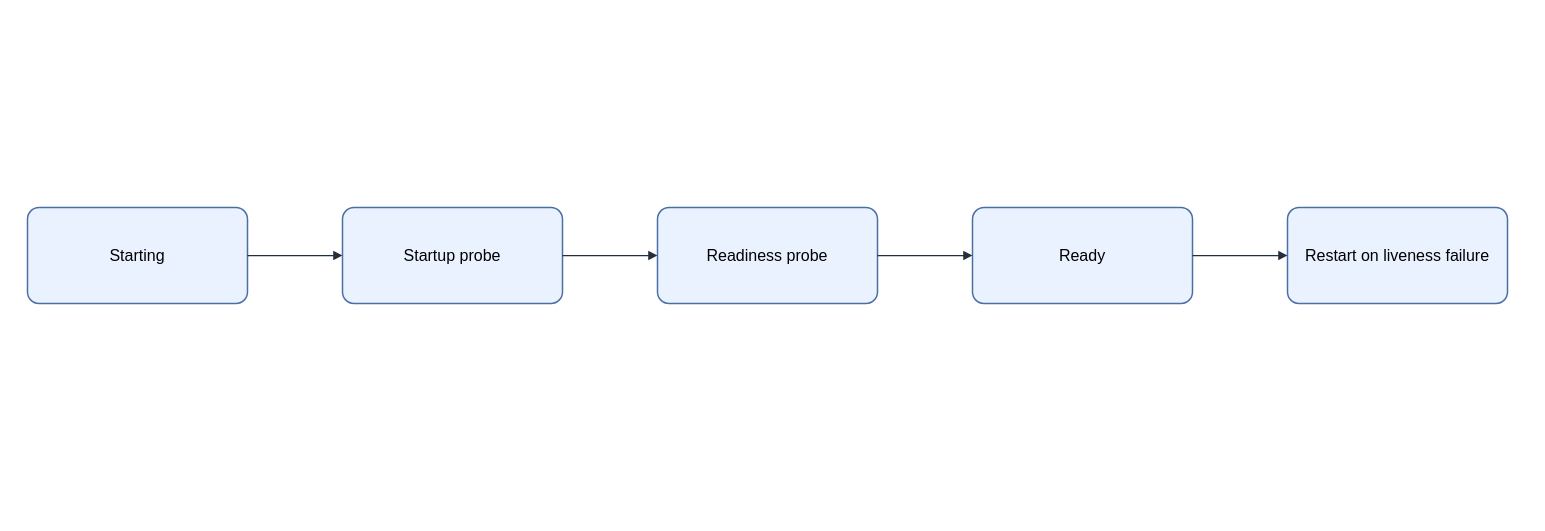
Earlier version of the draw.io diagram assets/img/kubernetes/probe-state-flow.drawio (KKamJi98/kkamji98.github.io). Source tidied: cells renumbered, new cells numbered last; positions are measured from the earlier drawing's top-left corner, leaving out a move shared by most shapes. Both pictures are drawn from the tidied source at 100%, with x=0, y=0 at pixel (27, 207).
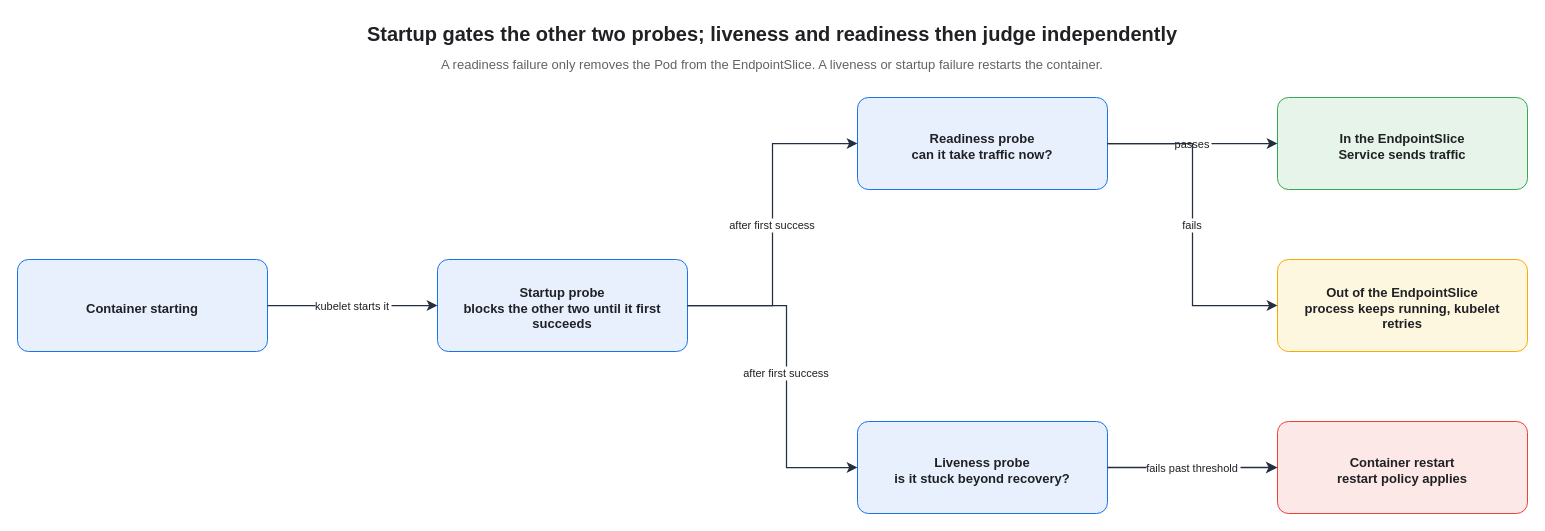
After the change.

The edit, as a diff of the source:
```diff
@@
-    <mxCell id="2" value="Starting" style="rounded=1;arcSize=12;whiteSpace=wrap;html=0;fillColor=#EAF2FF;strokeColor=#4A6FA5;strokeWidth=1.5;fontColor=#000000;fontSize=16;align=center;verticalAlign=middle;spacing=8;shadow=0;" parent="1" vertex="1">
-      <mxGeometry width="220" height="96" as="geometry" />
-    </mxCell>
-    <mxCell id="3" value="Startup probe" style="rounded=1;arcSize=12;whiteSpace=wrap;html=0;fillColor=#EAF2FF;strokeColor=#4A6FA5;strokeWidth=1.5;fontColor=#000000;fontSize=16;align=center;verticalAlign=middle;spacing=8;shadow=0;" parent="1" vertex="1">
-      <mxGeometry x="315" width="220" height="96" as="geometry" />
-    </mxCell>
-    <mxCell id="4" value="Readiness probe" style="rounded=1;arcSize=12;whiteSpace=wrap;html=0;fillColor=#EAF2FF;strokeColor=#4A6FA5;strokeWidth=1.5;fontColor=#000000;fontSize=16;align=center;verticalAlign=middle;spacing=8;shadow=0;" parent="1" vertex="1">
-      <mxGeometry x="630" width="220" height="96" as="geometry" />
-    </mxCell>
-    <mxCell id="5" value="Ready" style="rounded=1;arcSize=12;whiteSpace=wrap;html=0;fillColor=#EAF2FF;strokeColor=#4A6FA5;strokeWidth=1.5;fontColor=#000000;fontSize=16;align=center;verticalAlign=middle;spacing=8;shadow=0;" parent="1" vertex="1">
-      <mxGeometry x="945" width="220" height="96" as="geometry" />
-    </mxCell>
-    <mxCell id="6" value="Restart on liveness failure" style="rounded=1;arcSize=12;whiteSpace=wrap;html=0;fillColor=#EAF2FF;strokeColor=#4A6FA5;strokeWidth=1.5;fontColor=#000000;fontSize=16;align=center;verticalAlign=middle;spacing=8;shadow=0;" parent="1" vertex="1">
-      <mxGeometry x="1260" width="220" height="96" as="geometry" />
-    </mxCell>
-    <mxCell id="7" style="edgeStyle=orthogonalEdgeStyle;rounded=0;jettySize=auto;html=0;endArrow=block;endFill=1;strokeColor=#232F3E;strokeWidth=1.25;fontColor=#000000;labelBackgroundColor=none;exitX=1;exitY=0.5;exitDx=0;exitDy=0;entryX=0;entryY=0.5;entryDx=0;entryDy=0;" parent="1" edge="1" source="2" target="3">
-      <mxGeometry relative="1" as="geometry" />
-    </mxCell>
-    <mxCell id="8" style="edgeStyle=orthogonalEdgeStyle;rounded=0;jettySize=auto;html=0;endArrow=block;endFill=1;strokeColor=#232F3E;strokeWidth=1.25;fontColor=#000000;labelBackgroundColor=none;exitX=1;exitY=0.5;exitDx=0;exitDy=0;entryX=0;entryY=0.5;entryDx=0;entryDy=0;" parent="1" edge="1" source="3" target="4">
-      <mxGeometry relative="1" as="geometry" />
-    </mxCell>
-    <mxCell id="9" style="edgeStyle=orthogonalEdgeStyle;rounded=0;jettySize=auto;html=0;endArrow=block;endFill=1;strokeColor=#232F3E;strokeWidth=1.25;fontColor=#000000;labelBackgroundColor=none;exitX=1;exitY=0.5;exitDx=0;exitDy=0;entryX=0;entryY=0.5;entryDx=0;entryDy=0;" parent="1" edge="1" source="4" target="5">
-      <mxGeometry relative="1" as="geometry" />
-    </mxCell>
-    <mxCell id="10" style="edgeStyle=orthogonalEdgeStyle;rounded=0;jettySize=auto;html=0;endArrow=block;endFill=1;strokeColor=#232F3E;strokeWidth=1.25;fontColor=#000000;labelBackgroundColor=none;exitX=1;exitY=0.5;exitDx=0;exitDy=0;entryX=0;entryY=0.5;entryDx=0;entryDy=0;" parent="1" edge="1" source="5" target="6">
-      <mxGeometry relative="1" as="geometry" />
-    </mxCell>
+    <mxCell id="11" value="Startup gates the other two probes; liveness and readiness then judge independently" style="text;html=0;strokeColor=none;fillColor=none;align=center;verticalAlign=middle;fontColor=#202124;fontSize=20;fontStyle=1;" parent="1" vertex="1">
+      <mxGeometry x="-10" y="-190" width="1510" height="30" as="geometry" />
+    </mxCell>
+    <mxCell id="12" value="A readiness failure only removes the Pod from the EndpointSlice. A liveness or startup failure restarts the container." style="text;html=0;strokeColor=none;fillColor=none;align=center;verticalAlign=middle;fontColor=#5F6368;fontSize=13;" parent="1" vertex="1">
+      <mxGeometry x="-10" y="-156" width="1510" height="24" as="geometry" />
+    </mxCell>
+    <mxCell id="13" value="Container starting" style="rounded=1;whiteSpace=wrap;html=0;arcSize=12;fillColor=#E8F0FE;strokeColor=#1A73E8;fontColor=#202124;fontSize=13;fontStyle=1;align=center;verticalAlign=middle;spacingTop=6;spacingLeft=6;spacingRight=6;" parent="1" vertex="1">
+      <mxGeometry x="-10" y="52" width="250" height="92" as="geometry" />
+    </mxCell>
+    <mxCell id="14" value="Startup probe&#10;blocks the other two until it first succeeds" style="rounded=1;whiteSpace=wrap;html=0;arcSize=12;fillColor=#E8F0FE;strokeColor=#1A73E8;fontColor=#202124;fontSize=13;fontStyle=1;align=center;verticalAlign=middle;spacingTop=6;spacingLeft=6;spacingRight=6;" parent="1" vertex="1">
+      <mxGeometry x="410" y="52" width="250" height="92" as="geometry" />
+    </mxCell>
+    <mxCell id="15" value="Readiness probe&#10;can it take traffic now?" style="rounded=1;whiteSpace=wrap;html=0;arcSize=12;fillColor=#E8F0FE;strokeColor=#1A73E8;fontColor=#202124;fontSize=13;fontStyle=1;align=center;verticalAlign=middle;spacingTop=6;spacingLeft=6;spacingRight=6;" parent="1" vertex="1">
+      <mxGeometry x="830" y="-110" width="250" height="92" as="geometry" />
+    </mxCell>
+    <mxCell id="16" value="Liveness probe&#10;is it stuck beyond recovery?" style="rounded=1;whiteSpace=wrap;html=0;arcSize=12;fillColor=#E8F0FE;strokeColor=#1A73E8;fontColor=#202124;fontSize=13;fontStyle=1;align=center;verticalAlign=middle;spacingTop=6;spacingLeft=6;spacingRight=6;" parent="1" vertex="1">
+      <mxGeometry x="830" y="214" width="250" height="92" as="geometry" />
+    </mxCell>
+    <mxCell id="17" value="In the EndpointSlice&#10;Service sends traffic" style="rounded=1;whiteSpace=wrap;html=0;arcSize=12;fillColor=#E6F4EA;strokeColor=#34A853;fontColor=#202124;fontSize=13;fontStyle=1;align=center;verticalAlign=middle;spacingTop=6;spacingLeft=6;spacingRight=6;" parent="1" vertex="1">
+      <mxGeometry x="1250" y="-110" width="250" height="92" as="geometry" />
+    </mxCell>
+    <mxCell id="18" value="Out of the EndpointSlice&#10;process keeps running, kubelet retries" style="rounded=1;whiteSpace=wrap;html=0;arcSize=12;fillColor=#FEF7E0;strokeColor=#F9AB00;fontColor=#202124;fontSize=13;fontStyle=1;align=center;verticalAlign=middle;spacingTop=6;spacingLeft=6;spacingRight=6;" parent="1" vertex="1">
+      <mxGeometry x="1250" y="52" width="250" height="92" as="geometry" />
+    </mxCell>
+    <mxCell id="19" value="Container restart&#10;restart policy applies" style="rounded=1;whiteSpace=wrap;html=0;arcSize=12;fillColor=#FCE8E6;strokeColor=#EA4335;fontColor=#202124;fontSize=13;fontStyle=1;align=center;verticalAlign=middle;spacingTop=6;spacingLeft=6;spacingRight=6;" parent="1" vertex="1">
+      <mxGeometry x="1250" y="214" width="250" height="92" as="geometry" />
+    </mxCell>
+    <mxCell id="20" value="kubelet starts it" style="edgeStyle=orthogonalEdgeStyle;rounded=0;html=0;strokeColor=#232F3E;strokeWidth=1.25;endArrow=classic;endFill=1;endSize=7;fontSize=11;fontColor=#202124;labelBackgroundColor=#FFFFFF;exitX=1;exitY=0.5;entryX=0;entryY=0.5;exitDx=0;exitDy=0;entryDx=0;entryDy=0;" parent="1" edge="1" source="13" target="14">
+      <mxGeometry relative="1" as="geometry" />
+    </mxCell>
+    <mxCell id="21" value="after first success" style="edgeStyle=orthogonalEdgeStyle;rounded=0;html=0;strokeColor=#232F3E;strokeWidth=1.25;endArrow=classic;endFill=1;endSize=7;fontSize=11;fontColor=#202124;labelBackgroundColor=#FFFFFF;exitX=1;exitY=0.5;entryX=0;entryY=0.5;exitDx=0;exitDy=0;entryDx=0;entryDy=0;" parent="1" edge="1" source="14" target="15">
+      <mxGeometry relative="1" as="geometry">
+        <Array as="points">
+          <mxPoint x="745" y="98" />
+          <mxPoint x="745" y="-64" />
+        </Array>
+      </mxGeometry>
+    </mxCell>
+    <mxCell id="22" value="after first success" style="edgeStyle=orthogonalEdgeStyle;rounded=0;html=0;strokeColor=#232F3E;strokeWidth=1.25;endArrow=classic;endFill=1;endSize=7;fontSize=11;fontColor=#202124;labelBackgroundColor=#FFFFFF;exitX=1;exitY=0.5;entryX=0;entryY=0.5;exitDx=0;exitDy=0;entryDx=0;entryDy=0;" parent="1" edge="1" source="14" target="16">
+      <mxGeometry relative="1" as="geometry">
+        <Array as="points">
+          <mxPoint x="759" y="98" />
+          <mxPoint x="759" y="260" />
+        </Array>
+      </mxGeometry>
+    </mxCell>
+    <mxCell id="23" value="passes" style="edgeStyle=orthogonalEdgeStyle;rounded=0;html=0;strokeColor=#232F3E;strokeWidth=1.25;endArrow=classic;endFill=1;endSize=7;fontSize=11;fontColor=#202124;labelBackgroundColor=#FFFFFF;exitX=1;exitY=0.5;entryX=0;entryY=0.5;exitDx=0;exitDy=0;entryDx=0;entryDy=0;" parent="1" edge="1" source="15" target="17">
+      <mxGeometry relative="1" as="geometry" />
+    </mxCell>
+    <mxCell id="24" value="fails" style="edgeStyle=orthogonalEdgeStyle;rounded=0;html=0;strokeColor=#232F3E;strokeWidth=1.25;endArrow=classic;endFill=1;endSize=7;fontSize=11;fontColor=#202124;labelBackgroundColor=#FFFFFF;exitX=1;exitY=0.5;entryX=0;entryY=0.5;exitDx=0;exitDy=0;entryDx=0;entryDy=0;" parent="1" edge="1" source="15" target="18">
+      <mxGeometry relative="1" as="geometry">
+        <Array as="points">
+          <mxPoint x="1165" y="-64" />
+          <mxPoint x="1165" y="98" />
+        </Array>
+      </mxGeometry>
+    </mxCell>
+    <mxCell id="25" value="fails past threshold" style="edgeStyle=orthogonalEdgeStyle;rounded=0;html=0;strokeColor=#232F3E;strokeWidth=1.5;endArrow=classic;endFill=1;endSize=7;fontSize=11;fontColor=#202124;labelBackgroundColor=#FFFFFF;exitX=1;exitY=0.5;entryX=0;entryY=0.5;exitDx=0;exitDy=0;entryDx=0;entryDy=0;" parent="1" edge="1" source="16" target="19">
+      <mxGeometry relative="1" as="geometry" />
+    </mxCell>
```
